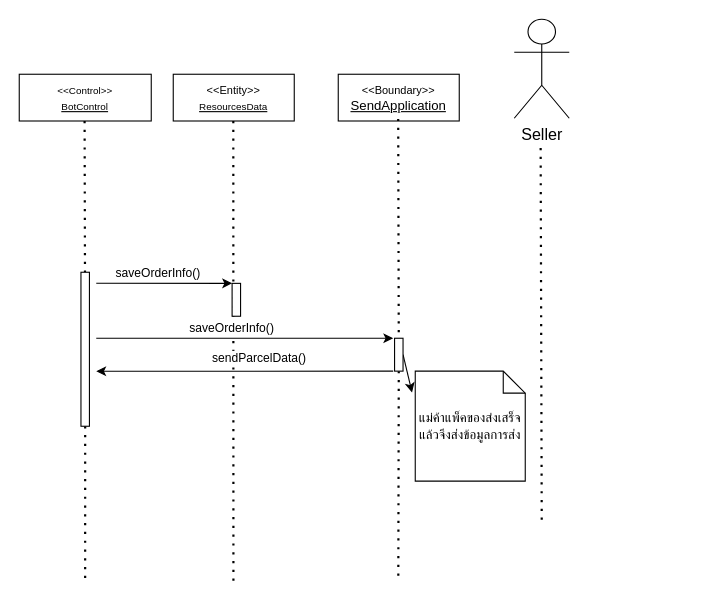
munkeawtoast/isad-diagrams keeps this draw.io diagram as page "Page-1" (1 of 2) of Record and Send Order Info.drawio. Above is the earlier version. Source tidied: cells renumbered, new cells numbered last; positions are measured from the earlier drawing's top-left corner, leaving out a move shared by most shapes. Both pictures are drawn from the tidied source at 110%, with x=0, y=0 at pixel (19, 19).
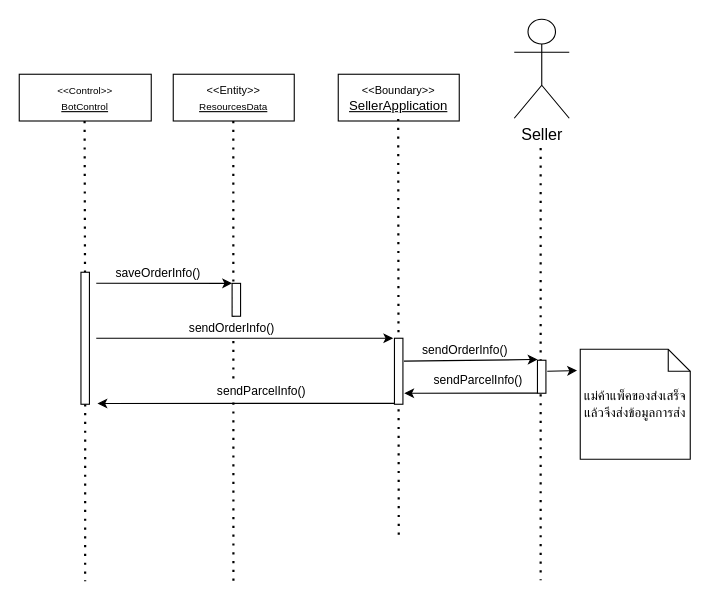
The same page after the edit.

The change refers to these unchanged cells:
```xml
<mxCell id="13" style="endArrow=classic;html=1;fontSize=9;" parent="1" edge="1">
  <mxGeometry relative="1" as="geometry">
    <mxPoint x="70" y="290" as="sourcePoint" />
    <mxPoint x="340" y="290" as="targetPoint" />
  </mxGeometry>
</mxCell>
```

Diff of the diagram source:
```diff
@@
     <mxCell id="11" style="rounded=0;whiteSpace=wrap;html=1;fontSize=9;" parent="1" vertex="1">
-      <mxGeometry x="56.1" y="230" width="7.7" height="140" as="geometry" />
+      <mxGeometry x="56.1" y="230" width="7.7" height="120" as="geometry" />
     </mxCell>
-    <mxCell id="12" style="endArrow=none;dashed=1;html=1;dashPattern=1 3;strokeWidth=2;startArrow=none;" parent="1" edge="1">
-      <mxGeometry relative="1" as="geometry">
-        <mxPoint x="474" y="117" as="sourcePoint" />
-        <mxPoint x="475" y="460" as="targetPoint" />
-      </mxGeometry>
-    </mxCell>
@@
-    <mxCell id="14" value="saveOrderInfo()" style="edgeLabel;html=1;align=center;verticalAlign=middle;" parent="13" vertex="1">
+    <mxCell id="14" value="sendOrderInfo()" style="edgeLabel;html=1;align=center;verticalAlign=middle;" parent="13" vertex="1">
       <mxGeometry x="-0.1" y="-1" relative="1" as="geometry">
         <mxPoint y="-11" as="offset" />
       </mxGeometry>
     </mxCell>
     <mxCell id="15" style="endArrow=classic;html=1;fontSize=9;" parent="1" edge="1">
       <mxGeometry relative="1" as="geometry">
-        <mxPoint x="340" y="319.9" as="sourcePoint" />
-        <mxPoint x="70" y="320" as="targetPoint" />
+        <mxPoint x="341.1" y="349.2" as="sourcePoint" />
+        <mxPoint x="71.1" y="349.3" as="targetPoint" />
       </mxGeometry>
     </mxCell>
-    <mxCell id="16" value="sendParcelData()" style="edgeLabel;html=1;align=center;verticalAlign=middle;" parent="15" vertex="1">
+    <mxCell id="16" value="sendParcelInfo()" style="edgeLabel;html=1;align=center;verticalAlign=middle;" parent="15" vertex="1">
       <mxGeometry x="-0.1" y="-1" relative="1" as="geometry">
         <mxPoint y="-11" as="offset" />
       </mxGeometry>
     </mxCell>
     <mxCell id="17" value="แม่ค้าแพ็คของส่งเสร็จแล้วจึงส่งข้อมูลการส่ง" style="shape=note;size=20;whiteSpace=wrap;html=1;" parent="1" vertex="1">
-      <mxGeometry x="360" y="319.9" width="100" height="100" as="geometry" />
+      <mxGeometry x="510" y="300" width="100" height="100" as="geometry" />
     </mxCell>
-    <mxCell id="18" style="endArrow=classic;html=1;fontSize=9;entryX=-0.029;entryY=0.194;entryDx=0;entryDy=0;exitX=1;exitY=0.5;exitDx=0;exitDy=0;entryPerimeter=0;" parent="1" edge="1" source="22" target="17">
-      <mxGeometry relative="1" as="geometry" />
+    <mxCell id="18" style="endArrow=classic;html=1;fontSize=9;entryX=-0.029;entryY=0.194;entryDx=0;entryDy=0;entryPerimeter=0;" parent="1" edge="1" target="17">
+      <mxGeometry relative="1" as="geometry">
+        <mxPoint x="480" y="320" as="sourcePoint" />
+      </mxGeometry>
     </mxCell>
-    <mxCell id="19" value="&lt;font style=&quot;&quot;&gt;&lt;font size=&quot;1&quot;&gt;&amp;lt;&amp;lt;Boundary&amp;gt;&amp;gt;&lt;br&gt;&lt;/font&gt;&lt;u&gt;SendApplication&lt;/u&gt;&lt;br&gt;&lt;/font&gt;" style="rounded=0;whiteSpace=wrap;html=1;" parent="1" vertex="1">
+    <mxCell id="19" value="&lt;font style=&quot;&quot;&gt;&lt;font size=&quot;1&quot;&gt;&amp;lt;&amp;lt;Boundary&amp;gt;&amp;gt;&lt;br&gt;&lt;/font&gt;&lt;u&gt;SellerApplication&lt;/u&gt;&lt;br&gt;&lt;/font&gt;" style="rounded=0;whiteSpace=wrap;html=1;" parent="1" vertex="1">
       <mxGeometry x="290" y="50" width="110" height="42.5" as="geometry" />
     </mxCell>
-    <mxCell id="20" style="endArrow=none;dashed=1;html=1;dashPattern=1 3;strokeWidth=2;startArrow=none;" parent="1" edge="1" source="22">
-      <mxGeometry relative="1" as="geometry">
-        <mxPoint x="344.6" y="509.4" as="targetPoint" />
-      </mxGeometry>
-    </mxCell>
-    <mxCell id="21" style="endArrow=none;dashed=1;html=1;dashPattern=1 3;strokeWidth=2;startArrow=none;" parent="1" edge="1" target="22">
+    <mxCell id="21" style="endArrow=none;dashed=1;html=1;dashPattern=1 3;strokeWidth=2;startArrow=none;" parent="1" edge="1">
       <mxGeometry relative="1" as="geometry">
         <mxPoint x="344.5" y="90.6" as="sourcePoint" />
+        <mxPoint x="345" y="470" as="targetPoint" />
       </mxGeometry>
     </mxCell>
     <mxCell id="22" style="rounded=0;whiteSpace=wrap;html=1;fontSize=9;" parent="1" vertex="1">
-      <mxGeometry x="341.2" y="290" width="7.7" height="29.9" as="geometry" />
+      <mxGeometry x="341.1" y="290" width="7.7" height="60" as="geometry" />
     </mxCell>
+    <mxCell id="23" style="endArrow=classic;html=1;fontSize=9;exitX=1.119;exitY=0.347;exitDx=0;exitDy=0;exitPerimeter=0;" parent="1" edge="1" source="22">
+      <mxGeometry relative="1" as="geometry">
+        <mxPoint x="471.2" y="309.3" as="targetPoint" />
+      </mxGeometry>
+    </mxCell>
+    <mxCell id="24" value="sendOrderInfo()" style="edgeLabel;html=1;align=center;verticalAlign=middle;" parent="23" vertex="1">
+      <mxGeometry x="-0.1" y="-1" relative="1" as="geometry">
+        <mxPoint y="-11" as="offset" />
+      </mxGeometry>
+    </mxCell>
+    <mxCell id="25" style="endArrow=classic;html=1;fontSize=9;" parent="1" edge="1">
+      <mxGeometry relative="1" as="geometry">
+        <mxPoint x="471.2" y="339.9" as="sourcePoint" />
+        <mxPoint x="350" y="340" as="targetPoint" />
+      </mxGeometry>
+    </mxCell>
+    <mxCell id="26" value="sendParcelInfo()" style="edgeLabel;html=1;align=center;verticalAlign=middle;" parent="25" vertex="1">
+      <mxGeometry x="-0.1" y="-1" relative="1" as="geometry">
+        <mxPoint y="-11" as="offset" />
+      </mxGeometry>
+    </mxCell>
+    <mxCell id="27" style="endArrow=none;dashed=1;html=1;dashPattern=1 3;strokeWidth=2;startArrow=none;" parent="1" edge="1">
+      <mxGeometry relative="1" as="geometry">
+        <mxPoint x="474" y="117" as="sourcePoint" />
+        <mxPoint x="474" y="510" as="targetPoint" />
+      </mxGeometry>
+    </mxCell>
+    <mxCell id="28" style="rounded=0;whiteSpace=wrap;html=1;fontSize=9;" parent="1" vertex="1">
+      <mxGeometry x="471.1" y="310" width="7.7" height="30" as="geometry" />
+    </mxCell>
```
